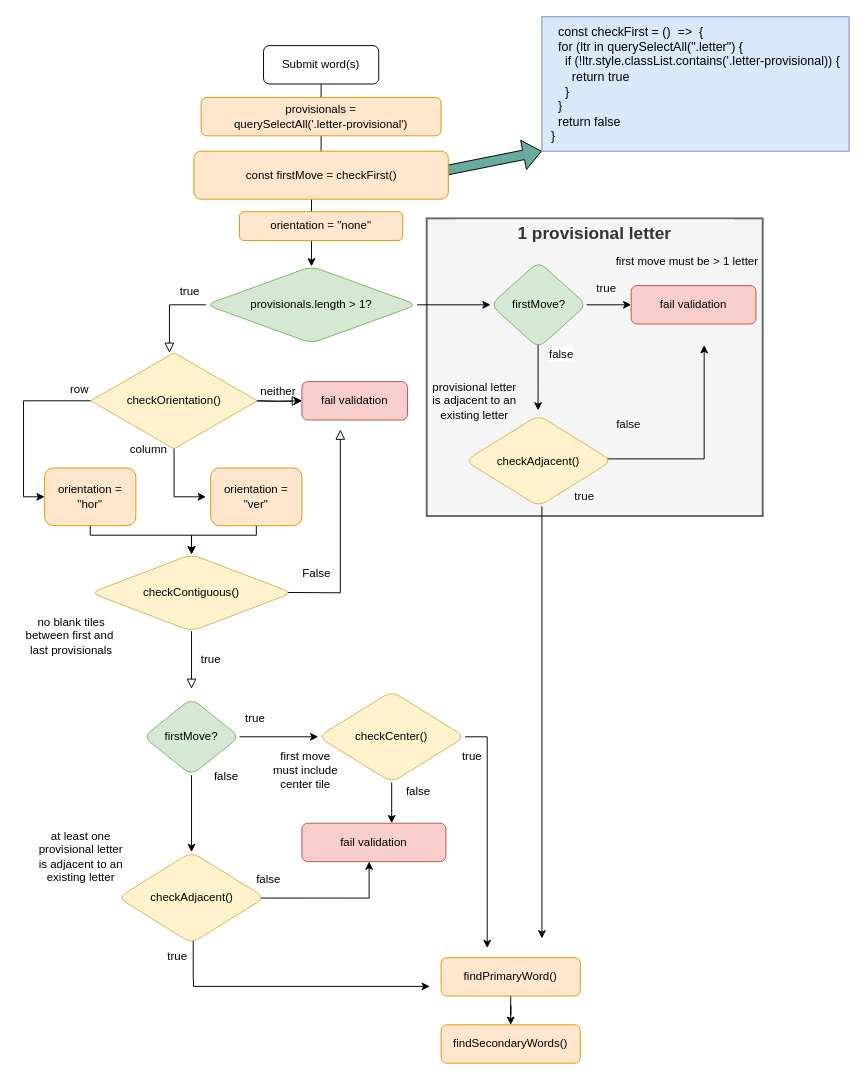
Before: Untitled Diagram.drawio in davebenjoya/scrooble, a draw.io diagram. Source tidied: cells renumbered, new cells numbered last; positions are measured from the earlier drawing's top-left corner, leaving out a move shared by most shapes. Both pictures are drawn from the tidied source at 96%, with x=0, y=0 at pixel (23, 16).
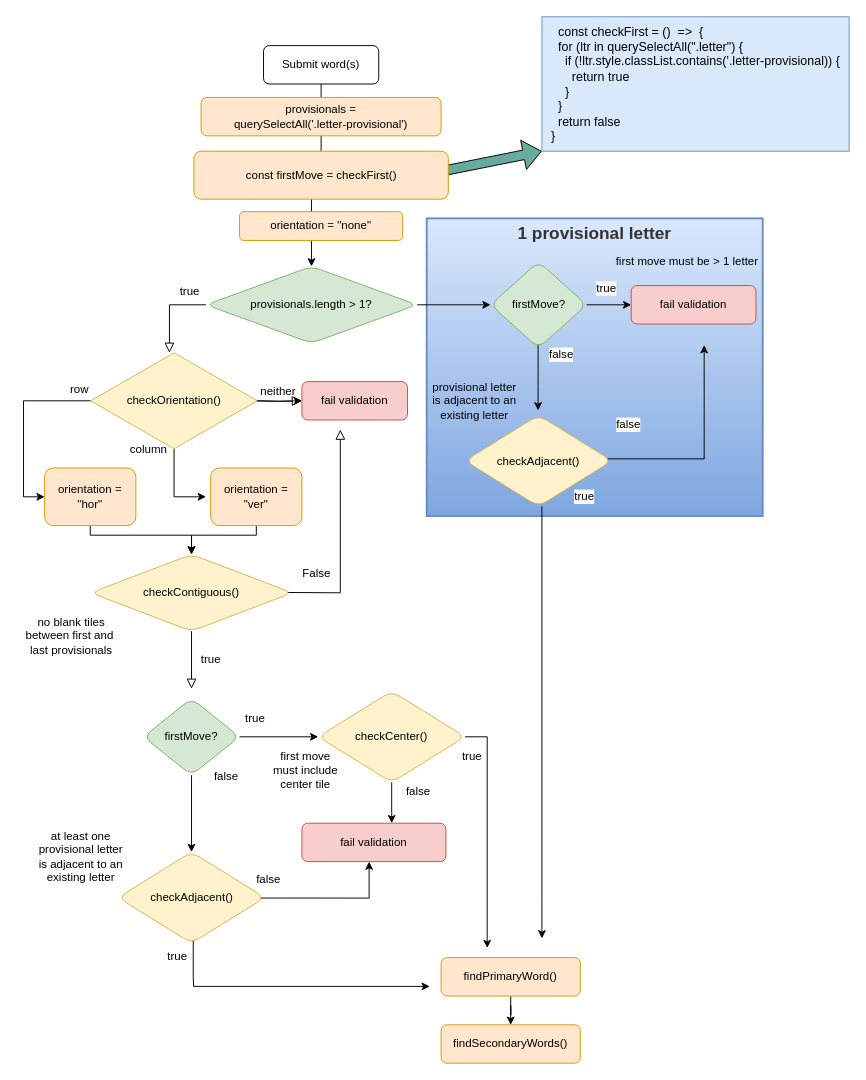
The same diagram, later.

Diff of the diagram source:
```diff
@@
-    <mxCell id="3" style="rounded=0;whiteSpace=wrap;html=1;fontSize=12;strokeColor=#666666;strokeWidth=2;align=left;fillColor=#f5f5f5;fontColor=#333333;" parent="1" vertex="1">
+    <mxCell id="3" style="rounded=0;whiteSpace=wrap;html=1;fontSize=12;strokeColor=#6c8ebf;strokeWidth=2;align=left;fillColor=#dae8fc;gradientColor=#7ea6e0;" parent="1" vertex="1">
       <mxGeometry x="420" y="210" width="350" height="310" as="geometry" />
     </mxCell>
@@
-    <mxCell id="56" value="1 provisional letter" style="text;html=1;fillColor=#f5f5f5;align=center;verticalAlign=middle;whiteSpace=wrap;rounded=0;fontSize=18;fontColor=#333333;fontStyle=1;" parent="1" vertex="1">
+    <mxCell id="56" value="1 provisional letter" style="text;html=1;align=center;verticalAlign=middle;whiteSpace=wrap;rounded=0;fontSize=18;fontColor=#333333;fontStyle=1;" parent="1" vertex="1">
       <mxGeometry x="450" y="211" width="290" height="30" as="geometry" />
     </mxCell>
```
